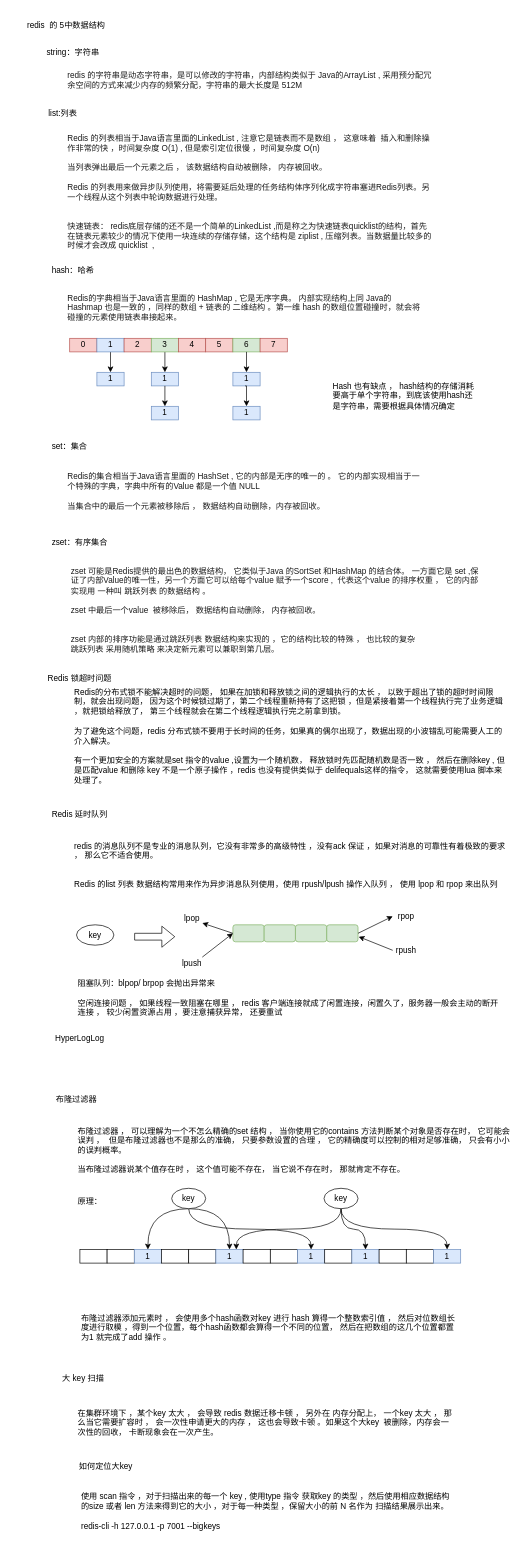
Above: page "数据结构" (1 of 2) of redis.drawio in topyuluo/photo-project (draw.io), before the change. Source tidied: cells renumbered, new cells numbered last; positions are measured from the earlier drawing's top-left corner, leaving out a move shared by most shapes. Both pictures are drawn from the tidied source at 68%, with x=0, y=0 at pixel (12, 12).
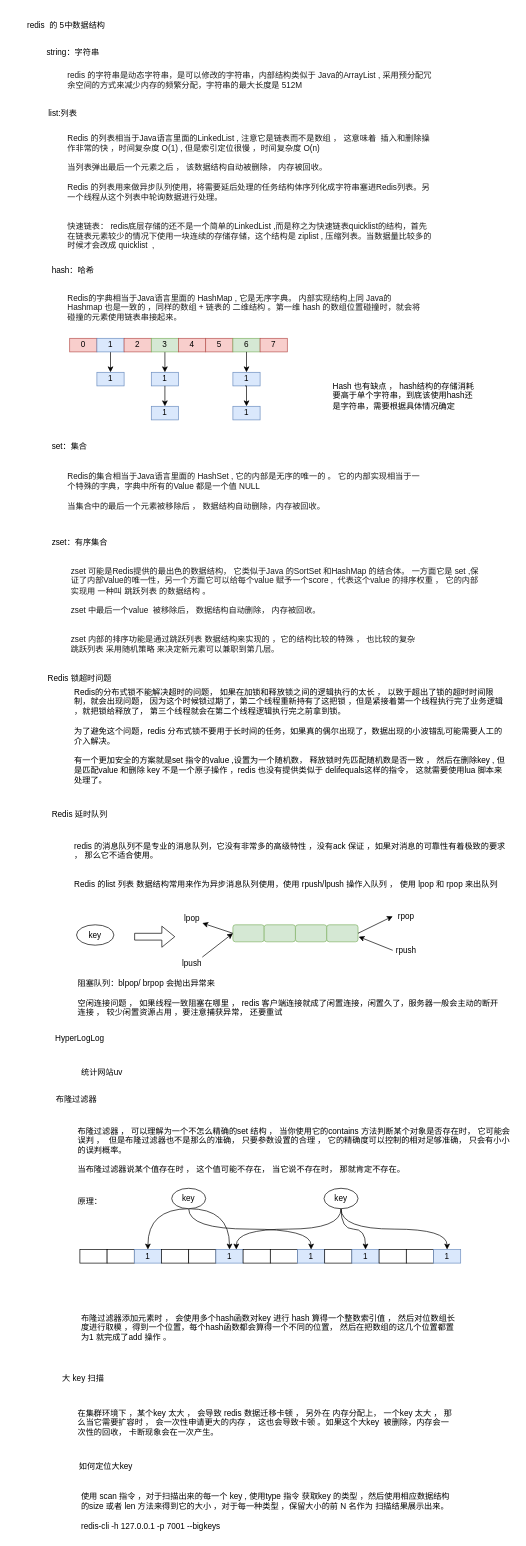
The same diagram, later.

What changed in the source:
```diff
@@
+    <mxCell id="82" value="统计网站uv" style="text;html=1;strokeColor=none;fillColor=none;align=center;verticalAlign=middle;whiteSpace=wrap;rounded=0;fontSize=12;" parent="1" vertex="1">
+      <mxGeometry x="95" y="1550" width="75" height="20" as="geometry" />
+    </mxCell>
```
